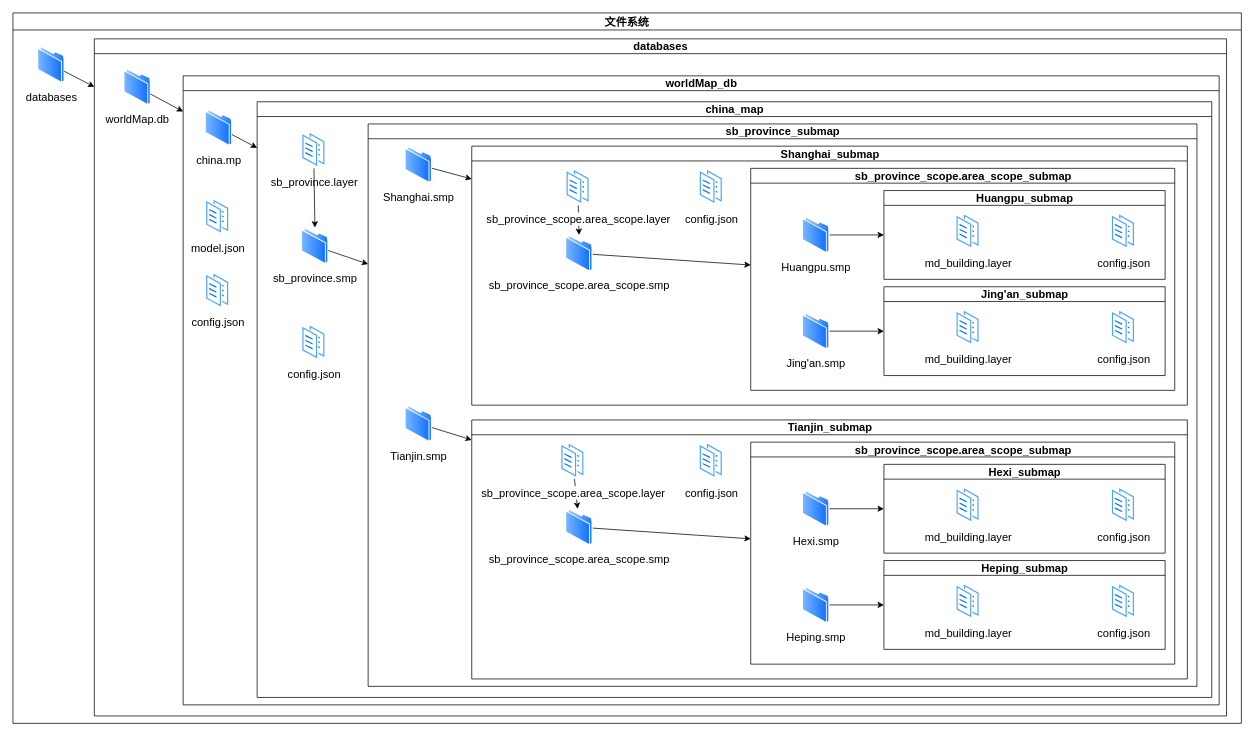
Earlier version of the draw.io diagram page "文件结构" (2 of 8) of 地理数据库架构图.drawio (MuLeiSY2021/RisegerDB). Source tidied: cells renumbered, new cells numbered last; positions are measured from the earlier drawing's top-left corner, leaving out a move shared by most shapes. Both pictures are drawn from the tidied source at 74%, with x=0, y=0 at pixel (13, 13).
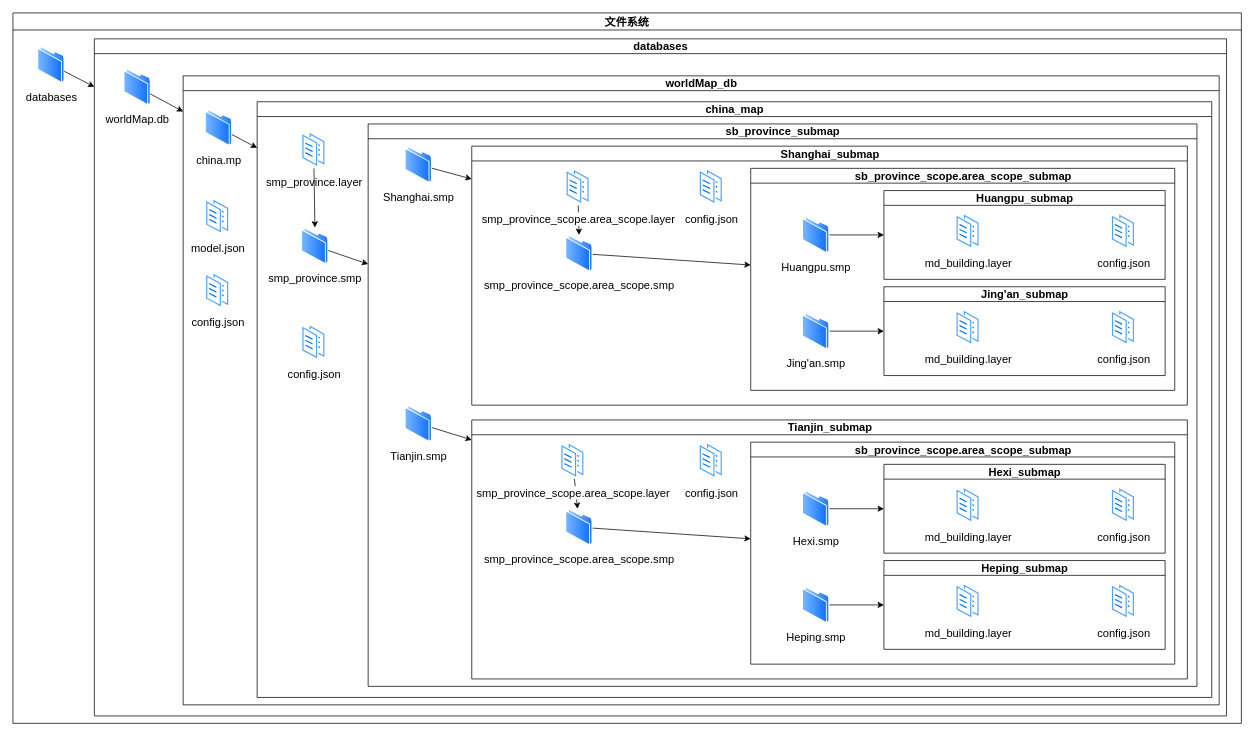
The same diagram, later.

The change refers to these unchanged cells:
```xml
<mxCell id="11" value="china_map" style="swimlane;strokeColor=default;fontFamily=Helvetica;fontSize=15;fontColor=default;startSize=20;fillColor=default;html=1;" parent="8" vertex="1">
  <mxGeometry x="100" y="35" width="1290" height="805" as="geometry" />
</mxCell>
<mxCell id="18" value="Shanghai_submap" style="swimlane;strokeColor=default;fontFamily=Helvetica;fontSize=15;fontColor=default;startSize=20;fillColor=default;html=1;" parent="16" vertex="1">
  <mxGeometry x="140" y="30" width="967" height="350" as="geometry" />
</mxCell>
<mxCell id="38" value="Tianjin_submap" style="swimlane;strokeColor=default;fontFamily=Helvetica;fontSize=15;fontColor=default;startSize=20;fillColor=default;html=1;" parent="16" vertex="1">
  <mxGeometry x="140" y="400" width="967" height="350" as="geometry" />
</mxCell>
```

Change to the diagram source:
```diff
@@
-    <mxCell id="12" value="sb_province.layer" style="perimeter=ellipsePerimeter;html=1;align=center;shadow=0;dashed=0;spacingTop=3;image;image=img/lib/active_directory/documents.svg;strokeColor=default;fontFamily=Helvetica;fontSize=15;fontColor=default;startSize=20;fillColor=default;" parent="11" vertex="1">
+    <mxCell id="12" value="smp_province.layer" style="perimeter=ellipsePerimeter;html=1;align=center;shadow=0;dashed=0;spacingTop=3;image;image=img/lib/active_directory/documents.svg;strokeColor=default;fontFamily=Helvetica;fontSize=15;fontColor=default;startSize=20;fillColor=default;" parent="11" vertex="1">
       <mxGeometry x="60" y="40" width="33" height="50" as="geometry" />
     </mxCell>
@@
-    <mxCell id="15" value="sb_province.smp" style="perimeter=ellipsePerimeter;html=1;align=center;shadow=0;dashed=0;spacingTop=3;image;image=img/lib/active_directory/folder.svg;strokeColor=default;fontFamily=Helvetica;fontSize=15;fontColor=default;startSize=20;fillColor=default;" parent="11" vertex="1">
+    <mxCell id="15" value="smp_province.smp" style="perimeter=ellipsePerimeter;html=1;align=center;shadow=0;dashed=0;spacingTop=3;image;image=img/lib/active_directory/folder.svg;strokeColor=default;fontFamily=Helvetica;fontSize=15;fontColor=default;startSize=20;fillColor=default;" parent="11" vertex="1">
       <mxGeometry x="60" y="170" width="36.5" height="50" as="geometry" />
     </mxCell>
@@
-    <mxCell id="20" value="sb_province_scope.area_scope.layer" style="perimeter=ellipsePerimeter;html=1;align=center;shadow=0;dashed=0;spacingTop=3;image;image=img/lib/active_directory/documents.svg;strokeColor=default;fontFamily=Helvetica;fontSize=15;fontColor=default;startSize=20;fillColor=default;" parent="18" vertex="1">
+    <mxCell id="20" value="smp_province_scope.area_scope.layer" style="perimeter=ellipsePerimeter;html=1;align=center;shadow=0;dashed=0;spacingTop=3;image;image=img/lib/active_directory/documents.svg;strokeColor=default;fontFamily=Helvetica;fontSize=15;fontColor=default;startSize=20;fillColor=default;" parent="18" vertex="1">
       <mxGeometry x="127" y="30" width="33" height="50" as="geometry" />
     </mxCell>
@@
-    <mxCell id="23" value="sb_province_scope.area_scope.smp" style="perimeter=ellipsePerimeter;html=1;align=center;shadow=0;dashed=0;spacingTop=3;image;image=img/lib/active_directory/folder.svg;strokeColor=default;fontFamily=Helvetica;fontSize=15;fontColor=default;startSize=20;fillColor=default;" parent="18" vertex="1">
+    <mxCell id="23" value="smp_province_scope.area_scope.smp" style="perimeter=ellipsePerimeter;html=1;align=center;shadow=0;dashed=0;spacingTop=3;image;image=img/lib/active_directory/folder.svg;strokeColor=default;fontFamily=Helvetica;fontSize=15;fontColor=default;startSize=20;fillColor=default;" parent="18" vertex="1">
       <mxGeometry x="127" y="120" width="36.5" height="50" as="geometry" />
     </mxCell>
@@
-    <mxCell id="40" value="sb_province_scope.area_scope.layer" style="perimeter=ellipsePerimeter;html=1;align=center;shadow=0;dashed=0;spacingTop=3;image;image=img/lib/active_directory/documents.svg;strokeColor=default;fontFamily=Helvetica;fontSize=15;fontColor=default;startSize=20;fillColor=default;" parent="38" vertex="1">
+    <mxCell id="40" value="smp_province_scope.area_scope.layer" style="perimeter=ellipsePerimeter;html=1;align=center;shadow=0;dashed=0;spacingTop=3;image;image=img/lib/active_directory/documents.svg;strokeColor=default;fontFamily=Helvetica;fontSize=15;fontColor=default;startSize=20;fillColor=default;" parent="38" vertex="1">
       <mxGeometry x="120" y="30" width="33" height="50" as="geometry" />
     </mxCell>
@@
-    <mxCell id="43" value="sb_province_scope.area_scope.smp" style="perimeter=ellipsePerimeter;html=1;align=center;shadow=0;dashed=0;spacingTop=3;image;image=img/lib/active_directory/folder.svg;strokeColor=default;fontFamily=Helvetica;fontSize=15;fontColor=default;startSize=20;fillColor=default;" parent="38" vertex="1">
+    <mxCell id="43" value="smp_province_scope.area_scope.smp" style="perimeter=ellipsePerimeter;html=1;align=center;shadow=0;dashed=0;spacingTop=3;image;image=img/lib/active_directory/folder.svg;strokeColor=default;fontFamily=Helvetica;fontSize=15;fontColor=default;startSize=20;fillColor=default;" parent="38" vertex="1">
       <mxGeometry x="127" y="120" width="36.5" height="50" as="geometry" />
     </mxCell>
```
